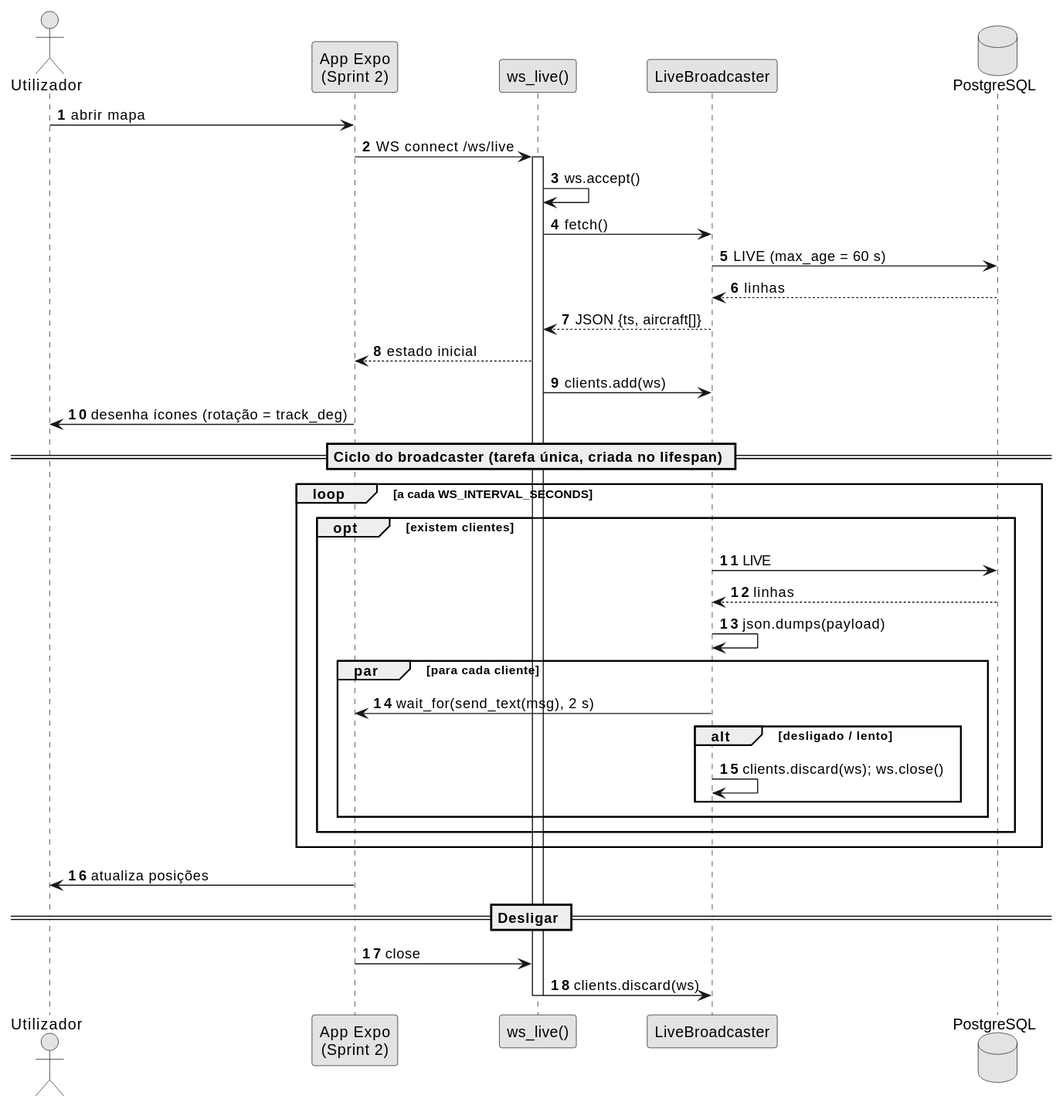
Before: docs/system-documentation/use-cases/US06/svg/sd_us06.svg, a diagram exported from PlantUML (miguelsiilva1/SkyTracer).
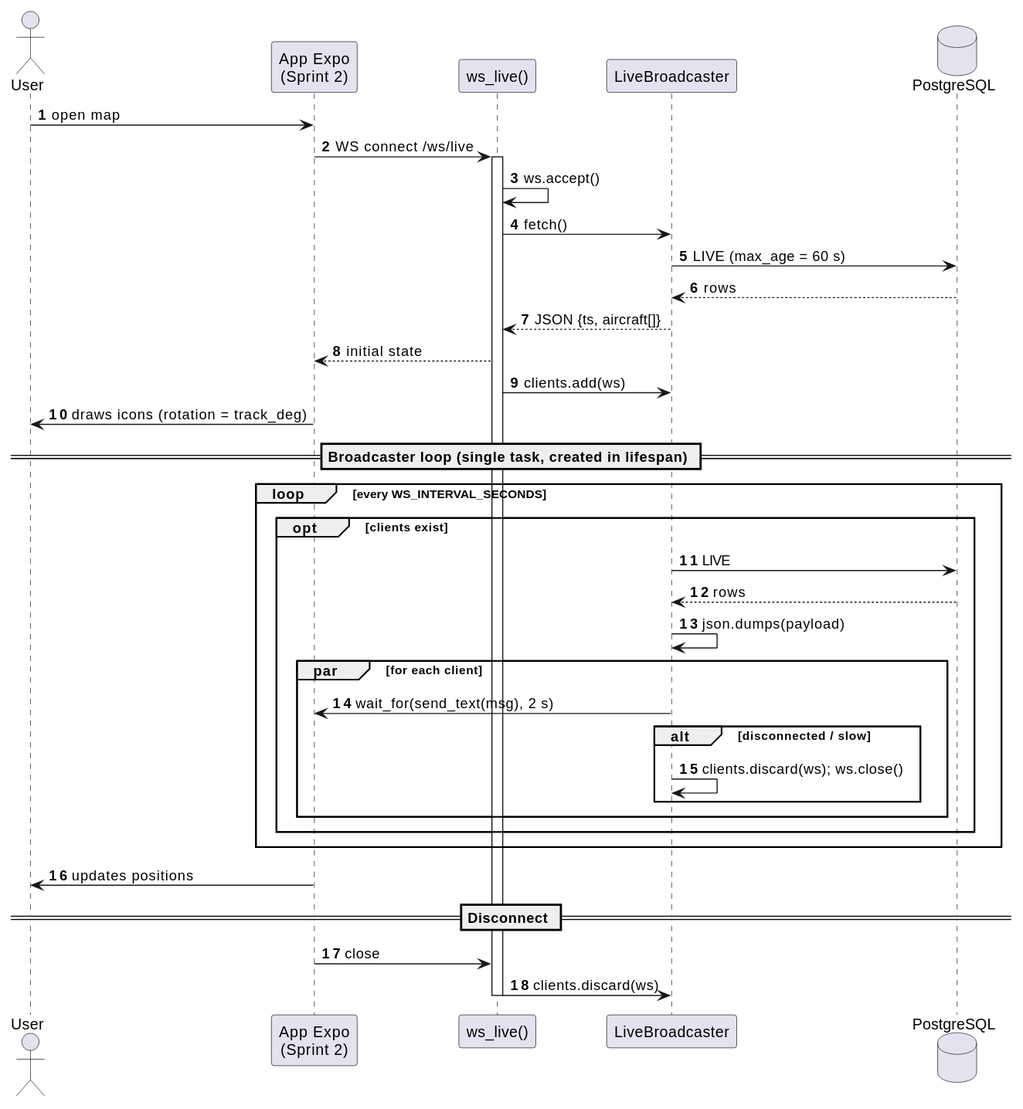
The same file after the commit.

The edit, as a diff of the source:
```diff
@@ -1,41 +1,40 @@
 @startuml
 autonumber
-skinparam monochrome true
-actor "Utilizador" as U
+actor "User" as U
 participant "App Expo\n(Sprint 2)" as App
 participant "ws_live()" as WS
 participant "LiveBroadcaster" as B
 database "PostgreSQL" as DB
 
-U -> App : abrir mapa
+U -> App : open map
 App -> WS : WS connect /ws/live
 activate WS
 WS -> WS : ws.accept()
 WS -> B : fetch()
 B -> DB : LIVE (max_age = 60 s)
-DB --> B : linhas
+DB --> B : rows
 B --> WS : JSON {ts, aircraft[]}
-WS --> App : estado inicial
+WS --> App : initial state
 WS -> B : clients.add(ws)
-App -> U : desenha ícones (rotação = track_deg)
+App -> U : draws icons (rotation = track_deg)
 
-== Ciclo do broadcaster (tarefa única, criada no lifespan) ==
-loop a cada WS_INTERVAL_SECONDS
-  opt existem clientes
+== Broadcaster loop (single task, created in lifespan) ==
+loop every WS_INTERVAL_SECONDS
+  opt clients exist
     B -> DB : LIVE
-    DB --> B : linhas
+    DB --> B : rows
     B -> B : json.dumps(payload)
-    par para cada cliente
+    par for each client
       B -> App : wait_for(send_text(msg), 2 s)
-      alt desligado / lento
+      alt disconnected / slow
         B -> B : clients.discard(ws); ws.close()
       end
     end
   end
 end
-App -> U : atualiza posições
+App -> U : updates positions
 
-== Desligar ==
+== Disconnect ==
 App -> WS : close
 WS -> B : clients.discard(ws)
 deactivate WS
```
